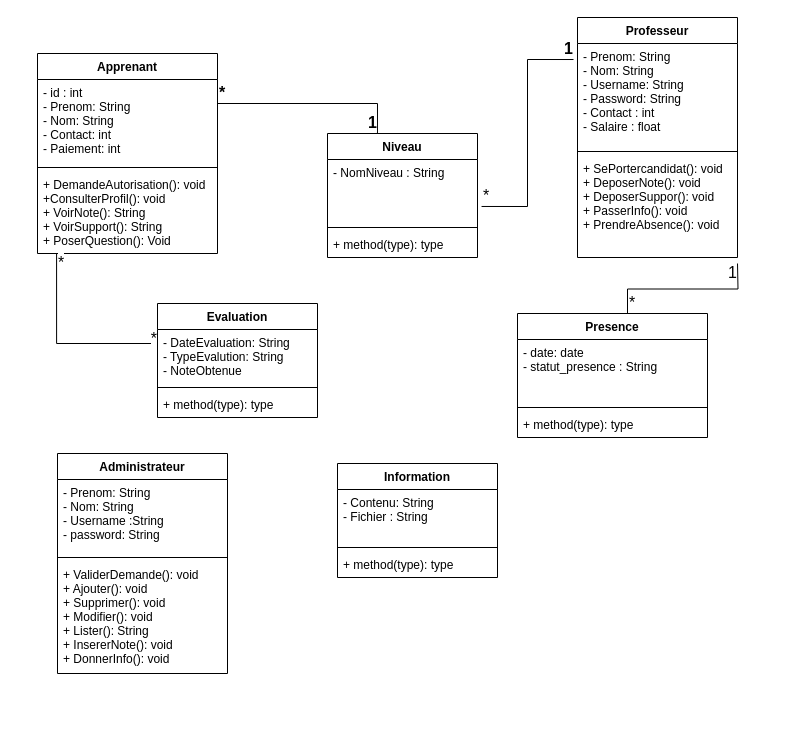
This is Diagramme sans nom.drawio from BachirSylla/Mon-memoire, a draw.io file, before an edit. Source tidied: cells renumbered, new cells numbered last; positions are measured from the earlier drawing's top-left corner, leaving out a move shared by most shapes. Both pictures are drawn from the tidied source at 100%, with x=0, y=0 at pixel (37, 17).
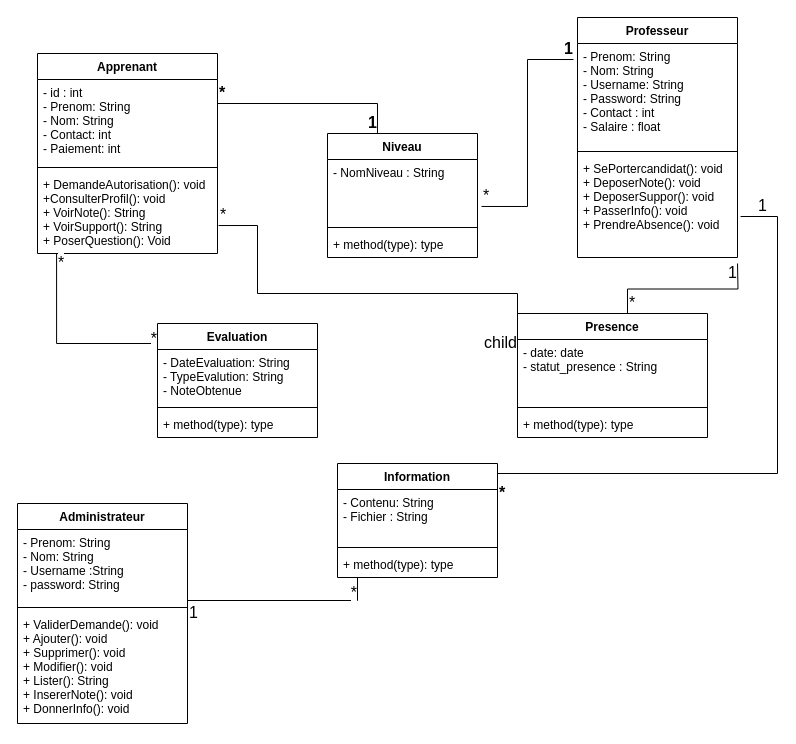
After the change.

The change refers to these unchanged cells:
```xml
<mxCell id="5" value="+ SePortercandidat(): void&#10;+ DeposerNote(): void&#10;+ DeposerSuppor(): void&#10;+ PasserInfo(): void&#10;+ PrendreAbsence(): void" style="text;strokeColor=none;fillColor=none;align=left;verticalAlign=top;spacingLeft=4;spacingRight=4;overflow=hidden;points=[[0,0.5],[1,0.5]];portConstraint=eastwest;" parent="2" vertex="1">
  <mxGeometry y="138" width="160" height="102" as="geometry" />
</mxCell>
<mxCell id="9" value="+ DemandeAutorisation(): void&#10;+ConsulterProfil(): void&#10;+ VoirNote(): String&#10;+ VoirSupport(): String&#10;+ PoserQuestion(): Void" style="text;strokeColor=none;fillColor=none;align=left;verticalAlign=top;spacingLeft=4;spacingRight=4;overflow=hidden;points=[[0,0.5],[1,0.5]];portConstraint=eastwest;" parent="6" vertex="1">
  <mxGeometry y="118" width="180" height="82" as="geometry" />
</mxCell>
<mxCell id="21" value="+ method(type): type" style="text;strokeColor=none;fillColor=none;align=left;verticalAlign=top;spacingLeft=4;spacingRight=4;overflow=hidden;points=[[0,0.5],[1,0.5]];portConstraint=eastwest;" parent="18" vertex="1">
  <mxGeometry y="88" width="160" height="26" as="geometry" />
</mxCell>
```

The edit, as a diff of the source:
```diff
@@
     <mxCell id="22" value="Evaluation" style="swimlane;fontStyle=1;align=center;verticalAlign=top;horizontal=1;startSize=26;" parent="1" vertex="1">
-      <mxGeometry x="120" y="286" width="160" height="114" as="geometry" />
+      <mxGeometry x="120" y="306" width="160" height="114" as="geometry" />
     </mxCell>
@@
     <mxCell id="26" value="Administrateur" style="swimlane;fontStyle=1;align=center;verticalAlign=top;horizontal=1;startSize=26;" parent="1" vertex="1">
-      <mxGeometry x="20" y="436" width="170" height="220" as="geometry" />
+      <mxGeometry x="-20" y="486" width="170" height="220" as="geometry" />
     </mxCell>
@@
+    <mxCell id="42" style="endArrow=none;html=1;edgeStyle=orthogonalEdgeStyle;rounded=0;fontSize=16;entryX=0.125;entryY=1;entryDx=0;entryDy=0;entryPerimeter=0;" parent="1" edge="1" target="21">
+      <mxGeometry relative="1" as="geometry">
+        <mxPoint x="150" y="606" as="sourcePoint" />
+        <Array as="points">
+          <mxPoint x="150" y="583" />
+          <mxPoint x="320" y="583" />
+        </Array>
+      </mxGeometry>
+    </mxCell>
+    <mxCell id="43" value="1" style="edgeLabel;html=1;align=left;verticalAlign=bottom;fontSize=16;" parent="42" vertex="1">
+      <mxGeometry x="-1" relative="1" as="geometry" />
+    </mxCell>
+    <mxCell id="44" value="*" style="edgeLabel;html=1;align=right;verticalAlign=bottom;fontSize=16;" parent="42" vertex="1">
+      <mxGeometry x="1" relative="1" as="geometry">
+        <mxPoint y="26" as="offset" />
+      </mxGeometry>
+    </mxCell>
+    <mxCell id="45" style="endArrow=none;html=1;edgeStyle=orthogonalEdgeStyle;rounded=0;fontSize=16;exitX=1.006;exitY=0.659;exitDx=0;exitDy=0;exitPerimeter=0;" parent="1" edge="1" source="9">
+      <mxGeometry relative="1" as="geometry">
+        <mxPoint x="480" y="336" as="targetPoint" />
+        <Array as="points">
+          <mxPoint x="220" y="208" />
+          <mxPoint x="220" y="276" />
+          <mxPoint x="480" y="276" />
+        </Array>
+      </mxGeometry>
+    </mxCell>
+    <mxCell id="46" value="*" style="edgeLabel;html=1;align=left;verticalAlign=bottom;fontSize=16;" parent="45" vertex="1">
+      <mxGeometry x="-1" relative="1" as="geometry" />
+    </mxCell>
+    <mxCell id="47" value="child" style="edgeLabel;html=1;align=right;verticalAlign=bottom;fontSize=16;" parent="45" vertex="1">
+      <mxGeometry x="1" relative="1" as="geometry" />
+    </mxCell>
+    <mxCell id="48" style="endArrow=none;html=1;edgeStyle=orthogonalEdgeStyle;rounded=0;fontSize=16;entryX=1.019;entryY=0.598;entryDx=0;entryDy=0;entryPerimeter=0;" parent="1" edge="1" target="5">
+      <mxGeometry relative="1" as="geometry">
+        <mxPoint x="460" y="516" as="sourcePoint" />
+        <Array as="points">
+          <mxPoint x="460" y="456" />
+          <mxPoint x="740" y="456" />
+          <mxPoint x="740" y="199" />
+        </Array>
+      </mxGeometry>
+    </mxCell>
+    <mxCell id="49" value="*" style="edgeLabel;html=1;align=left;verticalAlign=bottom;fontSize=16;fontStyle=1;" parent="48" vertex="1">
+      <mxGeometry x="-1" relative="1" as="geometry">
+        <mxPoint y="-30" as="offset" />
+      </mxGeometry>
+    </mxCell>
+    <mxCell id="50" value="1" style="edgeLabel;html=1;align=right;verticalAlign=bottom;fontSize=16;" parent="48" vertex="1">
+      <mxGeometry x="1" relative="1" as="geometry">
+        <mxPoint x="27" as="offset" />
+      </mxGeometry>
+    </mxCell>
```
